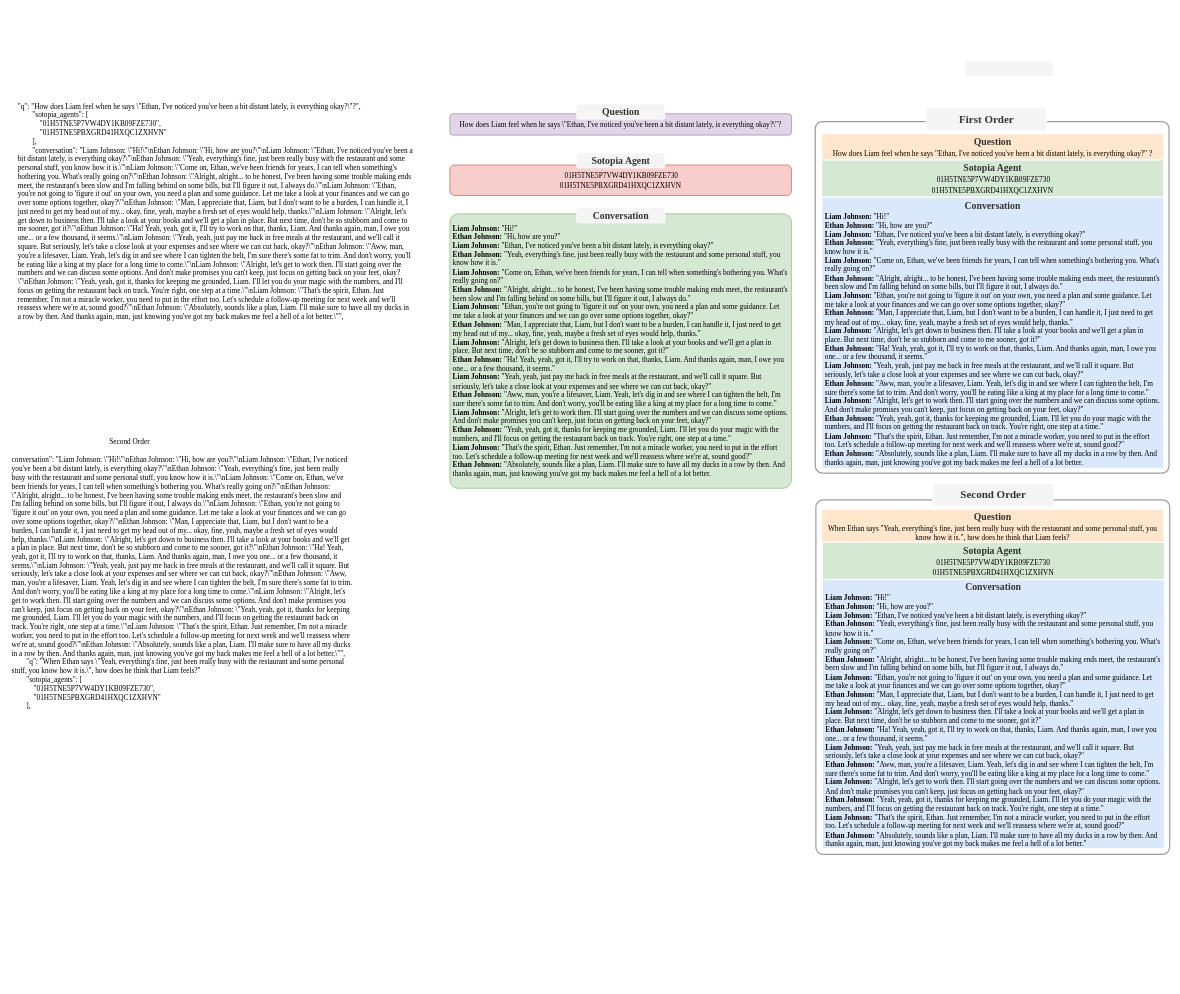
The draw.io diagram page "第 5 页" (5 of 6) of NAACL25.drawio in cdhx/img_store, before the edit. Source tidied: cells renumbered, new cells numbered last; positions are measured from the earlier drawing's top-left corner, leaving out a move shared by most shapes. Both pictures are drawn from the tidied source at 61%, with x=0, y=0 at pixel (10, 37).
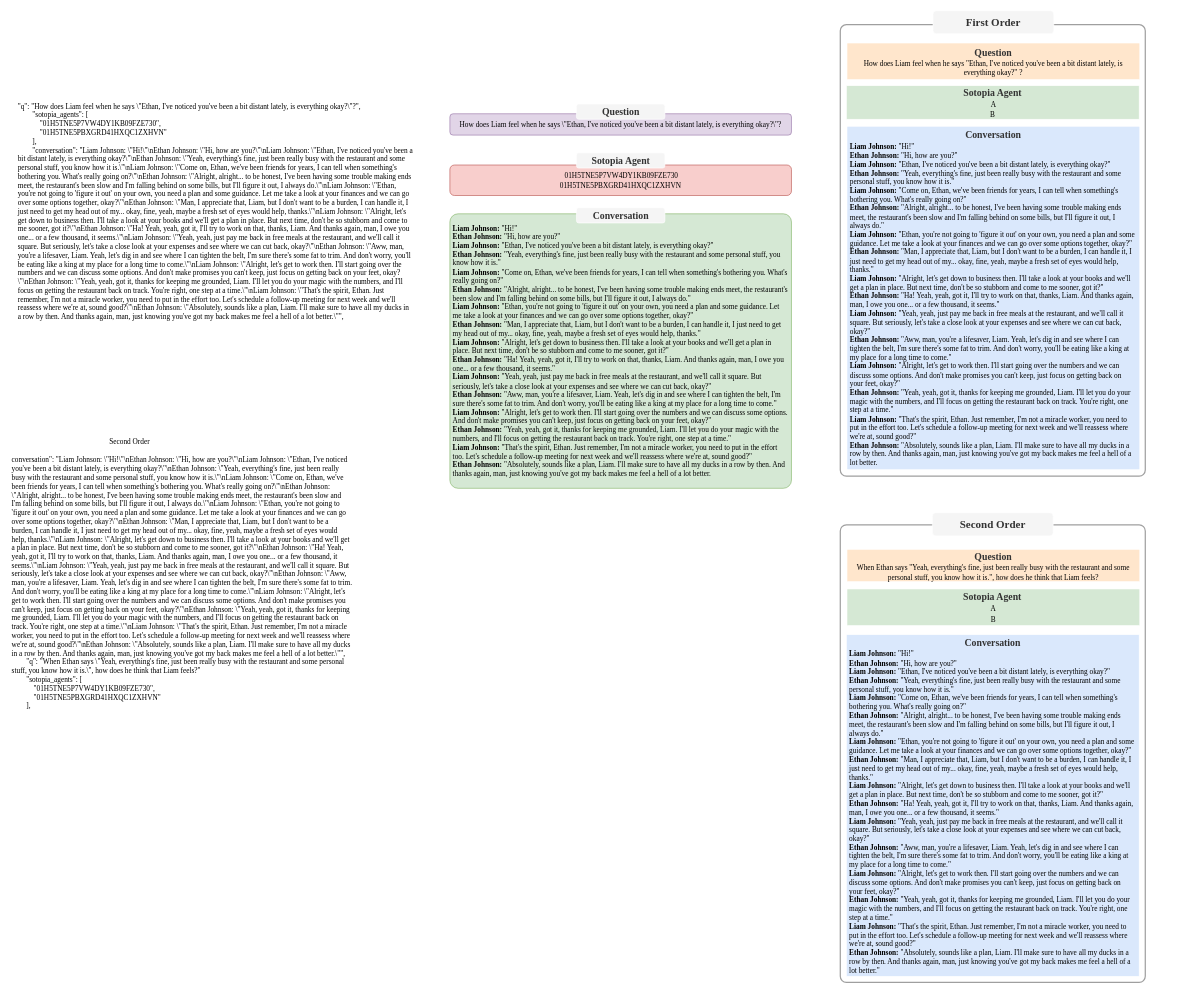
The same diagram, later.

The edit, as a diff of the source:
```diff
@@
     <mxCell id="2" value="&lt;div&gt;&lt;br/&gt;&lt;/div&gt;" style="rounded=1;whiteSpace=wrap;html=1;arcSize=2;fillColor=#FFFFFF;strokeColor=#9F9F9F;fontColor=#333333;strokeWidth=2;" parent="1" vertex="1">
-      <mxGeometry x="1319" y="139" width="580" height="576" as="geometry" />
+      <mxGeometry x="1360" y="-20" width="500" height="740" as="geometry" />
     </mxCell>
@@
     <mxCell id="5" value="&lt;div class=&quot;lake-content&quot;&gt;&lt;br&gt;&lt;/div&gt;" style="text;whiteSpace=wrap;html=1;fontFamily=Times New Roman;" parent="1" vertex="1">
-      <mxGeometry x="1750" width="90" height="40" as="geometry" />
+      <mxGeometry x="1750" y="-5" width="90" height="40" as="geometry" />
     </mxCell>
@@
-    <mxCell id="13" value="&lt;div style=&quot;line-height: 140%;&quot;&gt;&lt;div&gt;&lt;b style=&quot;color: rgb(51, 51, 51); font-size: 16px; line-height: 140%;&quot;&gt;Sotopia Agent&lt;/b&gt;&lt;span&gt;&lt;b&gt;&lt;/b&gt;&lt;/span&gt;&lt;/div&gt;&lt;div&gt;&lt;span&gt;&lt;b&gt;&amp;nbsp;&lt;/b&gt;&lt;/span&gt;&lt;span&gt;01H5TNE5P7VW4DY1KB09FZE730&lt;/span&gt;&lt;br style=&quot;padding: 0px; margin: 0px;&quot;&gt;&lt;span&gt;01H5TNE5PBXGRD41HXQC1ZXHVN&lt;/span&gt;&lt;/div&gt;&lt;/div&gt;" style="rounded=1;whiteSpace=wrap;html=1;fillColor=#d5e8d4;strokeColor=#FFFFFF;fontFamily=Times New Roman;align=center;arcSize=0;" parent="1" vertex="1">
-      <mxGeometry x="1330" y="202" width="560" height="60" as="geometry" />
+    <mxCell id="13" value="&lt;div style=&quot;line-height: 140%;&quot;&gt;&lt;div&gt;&lt;b style=&quot;color: rgb(51, 51, 51); font-size: 16px; line-height: 140%;&quot;&gt;Sotopia Agent&lt;/b&gt;&lt;span&gt;&lt;b&gt;&lt;/b&gt;&lt;/span&gt;&lt;/div&gt;&lt;div&gt;&lt;span&gt;&lt;b&gt;&amp;nbsp;&lt;/b&gt;&lt;/span&gt;&lt;span&gt;A&lt;/span&gt;&lt;br style=&quot;padding: 0px; margin: 0px;&quot;&gt;&lt;span&gt;B&lt;/span&gt;&lt;/div&gt;&lt;/div&gt;" style="rounded=1;whiteSpace=wrap;html=1;fillColor=#d5e8d4;strokeColor=#FFFFFF;fontFamily=Times New Roman;align=center;arcSize=0;" parent="1" vertex="1">
+      <mxGeometry x="1370" y="80" width="480" height="55" as="geometry" />
     </mxCell>
     <mxCell id="14" value="&lt;div style=&quot;&quot;&gt;&lt;b style=&quot;color: rgb(51, 51, 51); font-size: 16px; line-height: 140%;&quot;&gt;Conversation&lt;/b&gt;&lt;b&gt;&lt;/b&gt;&lt;/div&gt;&lt;div style=&quot;text-align: left;&quot;&gt;&lt;b&gt;Liam Johnson:&lt;/b&gt; &quot;Hi!&quot;&lt;/div&gt;&lt;div style=&quot;text-align: left;&quot;&gt;&lt;b&gt;Ethan Johnson:&lt;/b&gt; &quot;Hi, how are you?&quot;&lt;/div&gt;&lt;div style=&quot;text-align: left;&quot;&gt;&lt;b&gt;Liam Johnson: &lt;/b&gt;&quot;Ethan, I've noticed you've been a bit distant lately, is everything okay?&quot;&lt;/div&gt;&lt;div style=&quot;text-align: left;&quot;&gt;&lt;b&gt;Ethan Johnson:&lt;/b&gt; &quot;Yeah, everything's fine, just been really busy with the restaurant and some personal stuff, you know how it is.&quot;&lt;/div&gt;&lt;div style=&quot;text-align: left;&quot;&gt;&lt;b&gt;Liam Johnson:&lt;/b&gt; &quot;Come on, Ethan, we've been friends for years, I can tell when something's bothering you. What's really going on?&quot;&lt;/div&gt;&lt;div style=&quot;text-align: left;&quot;&gt;&lt;b&gt;Ethan Johnson: &lt;/b&gt;&quot;Alright, alright... to be honest, I've been having some trouble making ends meet, the restaurant's been slow and I'm falling behind on some bills, but I'll figure it out, I always do.&quot;&lt;/div&gt;&lt;div style=&quot;text-align: left;&quot;&gt;&lt;b&gt;Liam Johnson:&lt;/b&gt; &quot;Ethan, you're not going to 'figure it out' on your own, you need a plan and some guidance. Let me take a look at your finances and we can go over some options together, okay?&quot;&lt;/div&gt;&lt;div style=&quot;text-align: left;&quot;&gt;&lt;b&gt;Ethan Johnson:&lt;/b&gt; &quot;Man, I appreciate that, Liam, but I don't want to be a burden, I can handle it, I just need to get my head out of my... okay, fine, yeah, maybe a fresh set of eyes would help, thanks.&quot;&lt;/div&gt;&lt;div style=&quot;text-align: left;&quot;&gt;&lt;b&gt;Liam Johnson:&lt;/b&gt; &quot;Alright, let's get down to business then. I'll take a look at your books and we'll get a plan in place. But next time, don't be so stubborn and come to me sooner, got it?&quot;&lt;/div&gt;&lt;div style=&quot;text-align: left;&quot;&gt;&lt;b&gt;Ethan Johnson:&lt;/b&gt; &quot;Ha! Yeah, yeah, got it, I'll try to work on that, thanks, Liam. And thanks again, man, I owe you one... or a few thousand, it seems.&quot;&lt;/div&gt;&lt;div style=&quot;text-align: left;&quot;&gt;&lt;b&gt;Liam Johnson:&lt;/b&gt; &quot;Yeah, yeah, just pay me back in free meals at the restaurant, and we'll call it square. But seriously, let's take a close look at your expenses and see where we can cut back, okay?&quot;&lt;/div&gt;&lt;div style=&quot;text-align: left;&quot;&gt;&lt;b&gt;Ethan Johnson: &lt;/b&gt;&quot;Aww, man, you're a lifesaver, Liam. Yeah, let's dig in and see where I can tighten the belt, I'm sure there's some fat to trim. And don't worry, you'll be eating like a king at my place for a long time to come.&quot;&lt;/div&gt;&lt;div style=&quot;text-align: left;&quot;&gt;&lt;b&gt;Liam Johnson: &lt;/b&gt;&quot;Alright, let's get to work then. I'll start going over the numbers and we can discuss some options. And don't make promises you can't keep, just focus on getting back on your feet, okay?&quot;&lt;/div&gt;&lt;div style=&quot;text-align: left;&quot;&gt;&lt;b&gt;Ethan Johnson:&lt;/b&gt; &quot;Yeah, yeah, got it, thanks for keeping me grounded, Liam. I'll let you do your magic with the numbers, and I'll focus on getting the restaurant back on track. You're right, one step at a time.&quot;&lt;/div&gt;&lt;div style=&quot;text-align: left;&quot;&gt;&lt;b&gt;Liam Johnson: &lt;/b&gt;&quot;That's the spirit, Ethan. Just remember, I'm not a miracle worker, you need to put in the effort too. Let's schedule a follow-up meeting for next week and we'll reassess where we're at, sound good?&quot;&lt;/div&gt;&lt;div style=&quot;text-align: left;&quot;&gt;&lt;b&gt;Ethan Johnson: &lt;/b&gt;&quot;Absolutely, sounds like a plan, Liam. I'll make sure to have all my ducks in a row by then. And thanks again, man, just knowing you've got my back makes me feel a hell of a lot better.&lt;/div&gt;" style="rounded=1;whiteSpace=wrap;html=1;fillColor=#dae8fc;strokeColor=#FFFFFF;fontFamily=Times New Roman;arcSize=0;spacing=6;" parent="1" vertex="1">
-      <mxGeometry x="1330" y="263" width="560" height="444" as="geometry" />
+      <mxGeometry x="1371" y="146.5" width="480" height="563" as="geometry" />
     </mxCell>
     <mxCell id="15" value="&lt;div&gt;&lt;div&gt;&lt;span style=&quot;text-align: left;&quot;&gt;&lt;b style=&quot;color: rgb(51, 51, 51); font-size: 16px; text-align: center; line-height: 140%;&quot;&gt;Question&lt;/b&gt;&lt;/span&gt;&lt;/div&gt;&lt;span style=&quot;text-align: left;&quot;&gt;How does Liam feel when he says &quot;Ethan, I've noticed you've been a bit distant lately, is everything okay?&quot; ?&lt;/span&gt;&lt;/div&gt;" style="rounded=1;whiteSpace=wrap;html=1;fillColor=#ffe6cc;strokeColor=#FFFFFF;fontFamily=Times New Roman;arcSize=0;" parent="1" vertex="1">
-      <mxGeometry x="1330" y="159" width="560" height="42" as="geometry" />
+      <mxGeometry x="1371" y="10" width="480" height="60" as="geometry" />
     </mxCell>
-    <mxCell id="16" style="rounded=1;whiteSpace=wrap;html=1;fillColor=#f5f5f5;fontColor=#333333;strokeColor=#FFFFFF;fontFamily=Times New Roman;fontSize=16;" parent="1" vertex="1">
-      <mxGeometry x="1564" y="40" width="145" height="25" as="geometry" />
-    </mxCell>
     <mxCell id="17" value="&lt;span&gt;&lt;b&gt;First Order&lt;/b&gt;&lt;/span&gt;" style="rounded=1;whiteSpace=wrap;html=1;fillColor=#f5f5f5;fontColor=#333333;strokeColor=#FFFFFF;fontFamily=Times New Roman;fontSize=18;" parent="1" vertex="1">
-      <mxGeometry x="1500.5" y="116" width="198" height="38" as="geometry" />
+      <mxGeometry x="1512" y="-43" width="198" height="38" as="geometry" />
     </mxCell>
     <mxCell id="18" style="rounded=1;whiteSpace=wrap;html=1;arcSize=2;fillColor=#FFFFFF;strokeColor=#9F9F9F;fontColor=#333333;strokeWidth=2;" parent="1" vertex="1">
-      <mxGeometry x="1320" y="759" width="580" height="581" as="geometry" />
+      <mxGeometry x="1360" y="800" width="500" height="750" as="geometry" />
     </mxCell>
-    <mxCell id="19" value="&lt;div style=&quot;line-height: 140%;&quot;&gt;&lt;div&gt;&lt;b style=&quot;color: rgb(51, 51, 51); font-size: 16px; line-height: 140%;&quot;&gt;Sotopia Agent&lt;/b&gt;&lt;span style=&quot;background-color: transparent; color: light-dark(rgb(0, 0, 0), rgb(255, 255, 255));&quot;&gt;&amp;nbsp;&lt;/span&gt;&lt;/div&gt;&lt;div&gt;&lt;span style=&quot;background-color: transparent; color: light-dark(rgb(0, 0, 0), rgb(255, 255, 255));&quot;&gt;01H5TNE5P7VW4DY1KB09FZE730&lt;/span&gt;&lt;/div&gt;&lt;div&gt;01H5TNE5PBXGRD41HXQC1ZXHVN&lt;/div&gt;&lt;/div&gt;" style="rounded=1;whiteSpace=wrap;html=1;fillColor=#d5e8d4;strokeColor=#FFFFFF;fontFamily=Times New Roman;align=center;arcSize=0;" parent="1" vertex="1">
-      <mxGeometry x="1331" y="829" width="560" height="60" as="geometry" />
+    <mxCell id="19" value="&lt;div style=&quot;line-height: 140%;&quot;&gt;&lt;div&gt;&lt;b style=&quot;color: rgb(51, 51, 51); font-size: 16px; line-height: 140%;&quot;&gt;Sotopia Agent&lt;/b&gt;&lt;span style=&quot;background-color: transparent; color: light-dark(rgb(0, 0, 0), rgb(255, 255, 255));&quot;&gt;&amp;nbsp;&lt;/span&gt;&lt;/div&gt;&lt;div&gt;&lt;span style=&quot;background-color: transparent; color: light-dark(rgb(0, 0, 0), rgb(255, 255, 255));&quot;&gt;A&lt;/span&gt;&lt;/div&gt;&lt;div&gt;B&lt;/div&gt;&lt;/div&gt;" style="rounded=1;whiteSpace=wrap;html=1;fillColor=#d5e8d4;strokeColor=#FFFFFF;fontFamily=Times New Roman;align=center;arcSize=0;" parent="1" vertex="1">
+      <mxGeometry x="1371" y="905" width="480" height="60" as="geometry" />
     </mxCell>
     <mxCell id="20" value="&lt;div style=&quot;&quot;&gt;&lt;b style=&quot;color: rgb(51, 51, 51); font-size: 16px; line-height: 140%;&quot;&gt;Conversation&lt;/b&gt;&lt;b&gt;&lt;/b&gt;&lt;/div&gt;&lt;div style=&quot;text-align: left;&quot;&gt;&lt;div&gt;&lt;b&gt;Liam Johnson:&lt;/b&gt; &quot;Hi!&quot;&lt;/div&gt;&lt;div&gt;&lt;b&gt;Ethan Johnson:&lt;/b&gt; &quot;Hi, how are you?&quot;&lt;/div&gt;&lt;div&gt;&lt;b&gt;Liam Johnson:&lt;/b&gt; &quot;Ethan, I've noticed you've been a bit distant lately, is everything okay?&quot;&lt;/div&gt;&lt;div&gt;&lt;b&gt;Ethan Johnson:&lt;/b&gt; &quot;Yeah, everything's fine, just been really busy with the restaurant and some personal stuff, you know how it is.&quot;&lt;/div&gt;&lt;div&gt;&lt;b&gt;Liam Johnson:&lt;/b&gt; &quot;Come on, Ethan, we've been friends for years, I can tell when something's bothering you. What's really going on?&quot;&lt;/div&gt;&lt;div&gt;&lt;b&gt;Ethan Johnson:&lt;/b&gt; &quot;Alright, alright... to be honest, I've been having some trouble making ends meet, the restaurant's been slow and I'm falling behind on some bills, but I'll figure it out, I always do.&quot;&lt;/div&gt;&lt;div&gt;&lt;b&gt;Liam Johnson:&lt;/b&gt; &quot;Ethan, you're not going to 'figure it out' on your own, you need a plan and some guidance. Let me take a look at your finances and we can go over some options together, okay?&quot;&lt;/div&gt;&lt;div&gt;&lt;b&gt;Ethan Johnson:&lt;/b&gt; &quot;Man, I appreciate that, Liam, but I don't want to be a burden, I can handle it, I just need to get my head out of my... okay, fine, yeah, maybe a fresh set of eyes would help, thanks.&quot;&lt;/div&gt;&lt;div&gt;&lt;b&gt;Liam Johnson:&lt;/b&gt; &quot;Alright, let's get down to business then. I'll take a look at your books and we'll get a plan in place. But next time, don't be so stubborn and come to me sooner, got it?&quot;&lt;/div&gt;&lt;div&gt;&lt;b&gt;Ethan Johnson:&lt;/b&gt; &quot;Ha! Yeah, yeah, got it, I'll try to work on that, thanks, Liam. And thanks again, man, I owe you one... or a few thousand, it seems.&quot;&lt;/div&gt;&lt;div&gt;&lt;b&gt;Liam Johnson:&lt;/b&gt; &quot;Yeah, yeah, just pay me back in free meals at the restaurant, and we'll call it square. But seriously, let's take a close look at your expenses and see where we can cut back, okay?&quot;&lt;/div&gt;&lt;div&gt;&lt;b&gt;Ethan Johnson:&lt;/b&gt; &quot;Aww, man, you're a lifesaver, Liam. Yeah, let's dig in and see where I can tighten the belt, I'm sure there's some fat to trim. And don't worry, you'll be eating like a king at my place for a long time to come.&quot;&lt;/div&gt;&lt;div&gt;&lt;b&gt;Liam Johnson:&lt;/b&gt; &quot;Alright, let's get to work then. I'll start going over the numbers and we can discuss some options. And don't make promises you can't keep, just focus on getting back on your feet, okay?&quot;&lt;/div&gt;&lt;div&gt;&lt;b&gt;Ethan Johnson:&lt;/b&gt; &quot;Yeah, yeah, got it, thanks for keeping me grounded, Liam. I'll let you do your magic with the numbers, and I'll focus on getting the restaurant back on track. You're right, one step at a time.&quot;&lt;/div&gt;&lt;div&gt;&lt;b&gt;Liam Johnson:&lt;/b&gt; &quot;That's the spirit, Ethan. Just remember, I'm not a miracle worker, you need to put in the effort too. Let's schedule a follow-up meeting for next week and we'll reassess where we're at, sound good?&quot;&lt;/div&gt;&lt;div&gt;&lt;b&gt;Ethan Johnson:&lt;/b&gt; &quot;Absolutely, sounds like a plan, Liam. I'll make sure to have all my ducks in a row by then. And thanks again, man, just knowing you've got my back makes me feel a hell of a lot better.&quot;&lt;/div&gt;&lt;/div&gt;" style="rounded=1;whiteSpace=wrap;html=1;fillColor=#dae8fc;strokeColor=#FFFFFF;fontFamily=Times New Roman;arcSize=0;spacing=6;" parent="1" vertex="1">
-      <mxGeometry x="1331" y="890" width="560" height="440" as="geometry" />
+      <mxGeometry x="1370" y="980" width="480" height="560" as="geometry" />
     </mxCell>
     <mxCell id="21" value="&lt;div&gt;&lt;span style=&quot;&quot;&gt;&lt;b style=&quot;color: rgb(51, 51, 51); font-size: 16px; line-height: 140%;&quot;&gt;Question&lt;/b&gt;&lt;/span&gt;&lt;/div&gt;&lt;div style=&quot;&quot;&gt;&lt;span style=&quot;background-color: transparent;&quot;&gt;When Ethan says &quot;Yeah, everything's fine, just been really busy with the restaurant and some personal stuff, you know how it is.&quot;, how does he think that Liam feels?&lt;/span&gt;&lt;/div&gt;" style="rounded=1;whiteSpace=wrap;html=1;fillColor=#ffe6cc;strokeColor=#FFFFFF;fontFamily=Times New Roman;arcSize=0;align=center;" parent="1" vertex="1">
-      <mxGeometry x="1330" y="775" width="560" height="53" as="geometry" />
+      <mxGeometry x="1371" y="840" width="480" height="53" as="geometry" />
     </mxCell>
     <mxCell id="22" value="&lt;span&gt;&lt;b&gt;Second Order&lt;/b&gt;&lt;/span&gt;" style="rounded=1;whiteSpace=wrap;html=1;fillColor=#f5f5f5;fontColor=#333333;strokeColor=#FFFFFF;fontFamily=Times New Roman;fontSize=18;" parent="1" vertex="1">
-      <mxGeometry x="1511.5" y="732" width="198" height="38" as="geometry" />
+      <mxGeometry x="1511" y="780" width="198" height="38" as="geometry" />
     </mxCell>
```
